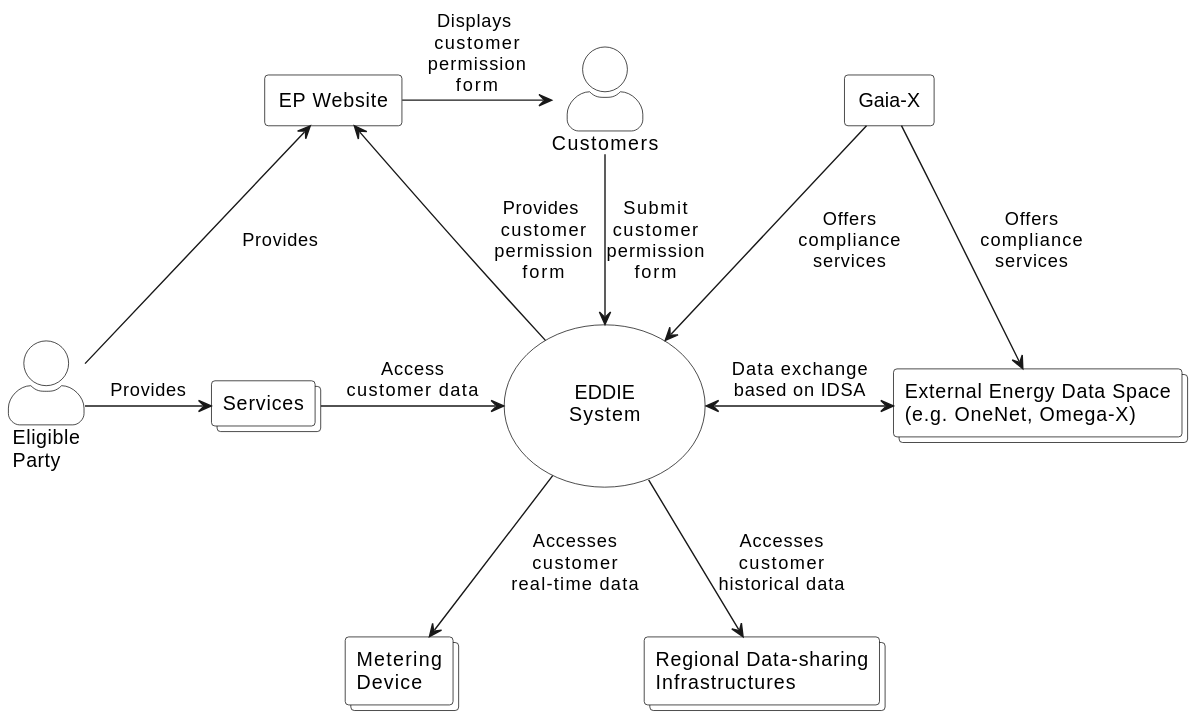
The PlantUML diagram arc42/system-scope-and-context/figures/context-diagram-dataspace.svg in eddie-energy/architecture, before a commit.
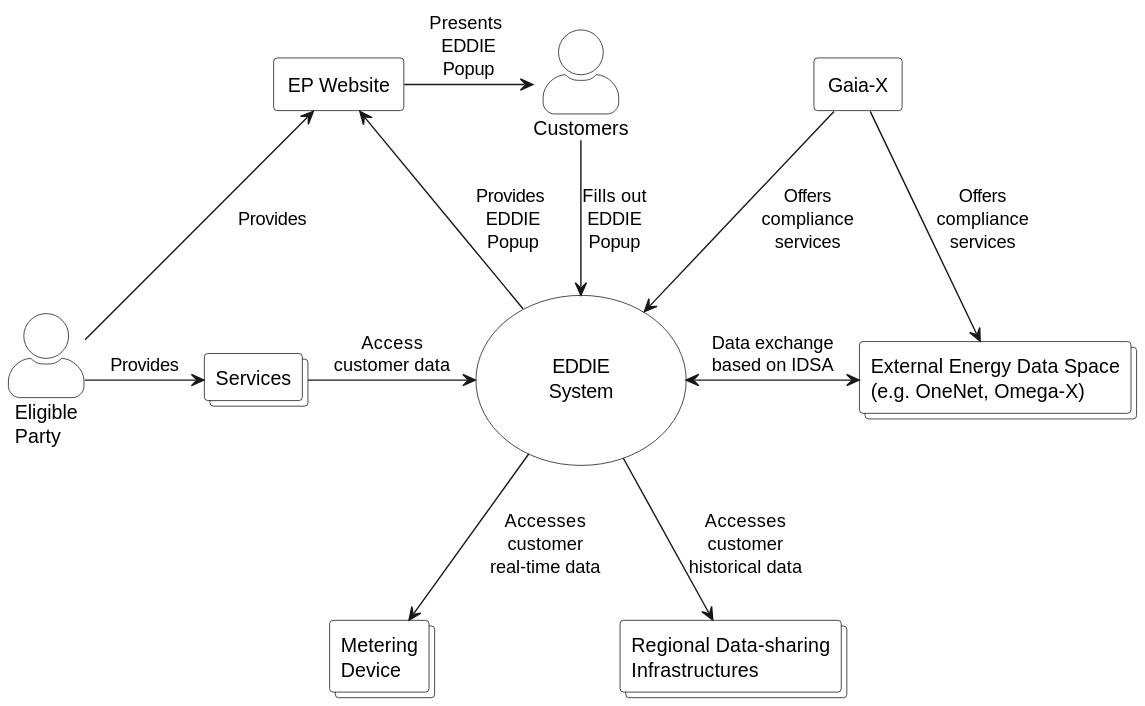
The same file after the commit.

Commit message:
Work towards #94: Renamed customer permission form to EDDIE Popup

What changed in the source:
```diff
@@ -37,14 +37,14 @@
 service -right-> eddie : Access\ncustomer data
 eddie -down-> regionalData : Accesses\ncustomer\nhistorical data
 eddie -down-> smartMeter : Accesses\ncustomer\nreal-time data
-eddie -left-> website : Provides \ncustomer\npermission\nform
+eddie -left-> website : Provides \nEDDIE\nPopup
 smartMeter -[hidden] regionalData : \t\t\t
 
 
 ep -right-> service : Provides
 ep -up-> website : Provides
 
-website -right-> customer : Displays \ncustomer\npermission\nform
-customer -down-> eddie : Submit\ncustomer\npermission\nform
+website -right-> customer : Presents \nEDDIE\nPopup
+customer -down-> eddie : Fills out\nEDDIE\nPopup
 customer -[hidden]right- gaiaX : \t\t\t
 @enduml
```
